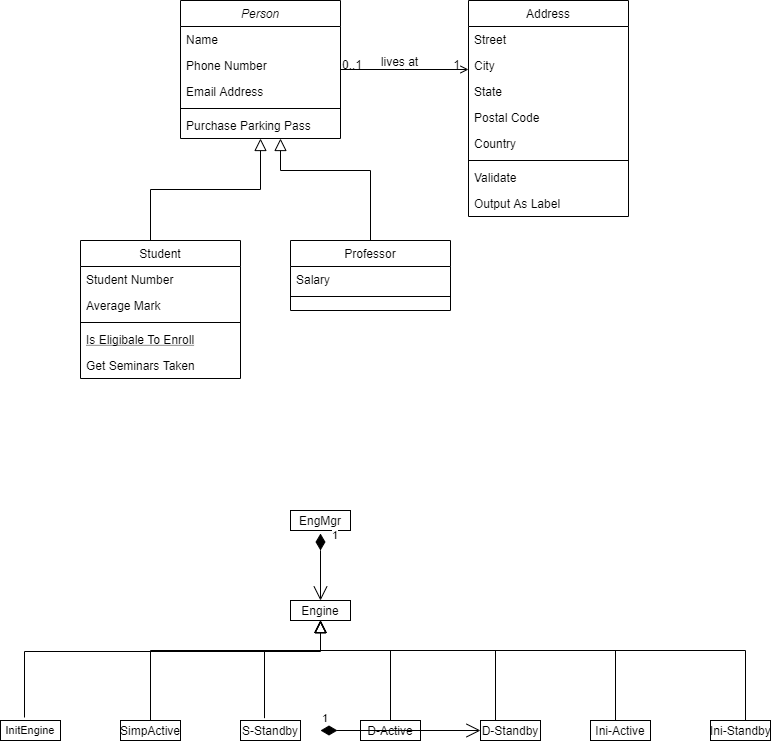
This is UML/Engine.png from Steve888888/FN-Redundancy, a draw.io export, as it was before one commit. Source tidied: cells renumbered, new cells last; positions are measured from the earlier drawing's top-left corner, leaving out a move shared by most shapes.
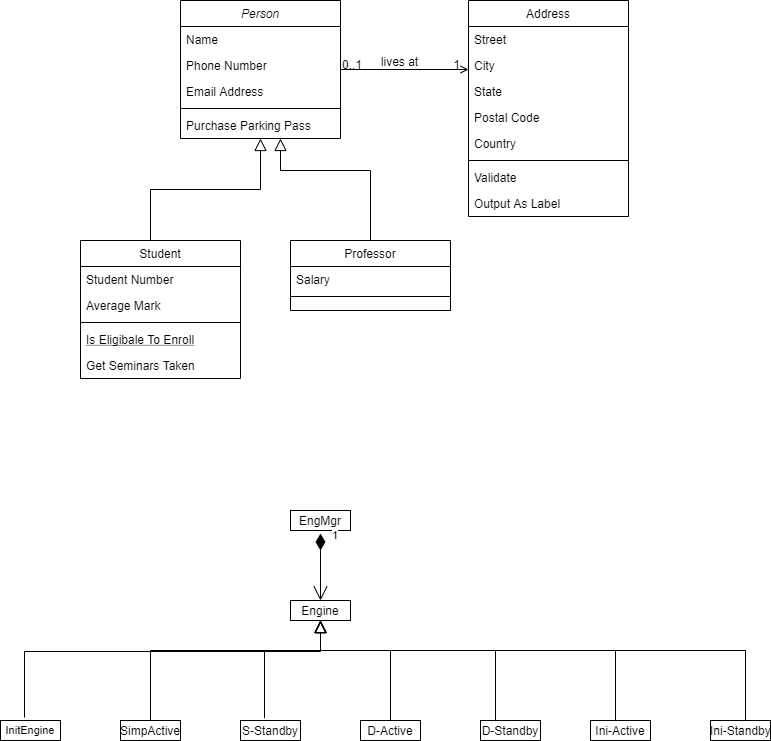
Above is the later version.

Diff of the diagram source:
```diff
@@ -197,12 +197,6 @@
     <mxCell id="47" value="&lt;p style=&quot;margin: 0px ; margin-top: 4px ; text-align: center&quot;&gt;EngMgr&lt;/p&gt;&lt;hr size=&quot;1&quot;&gt;&lt;div style=&quot;height: 2px&quot;&gt;&lt;/div&gt;" style="verticalAlign=top;align=left;overflow=fill;fontSize=12;fontFamily=Helvetica;html=1;" parent="1" vertex="1">
       <mxGeometry x="290" y="510" width="60" height="20" as="geometry" />
     </mxCell>
-    <mxCell id="48" value="1" style="endArrow=open;html=1;endSize=12;startArrow=diamondThin;startSize=14;startFill=1;edgeStyle=orthogonalEdgeStyle;align=left;verticalAlign=bottom;" parent="1" edge="1">
-      <mxGeometry x="-1" y="3" relative="1" as="geometry">
-        <mxPoint x="320" y="730" as="sourcePoint" />
-        <mxPoint x="480" y="730" as="targetPoint" />
-      </mxGeometry>
-    </mxCell>
     <mxCell id="49" value="1" style="endArrow=open;html=1;endSize=12;startArrow=diamondThin;startSize=14;startFill=1;edgeStyle=orthogonalEdgeStyle;align=left;verticalAlign=bottom;" parent="1" edge="1" target="32">
       <mxGeometry x="-0.6" y="10" relative="1" as="geometry">
         <mxPoint x="320" y="550" as="sourcePoint" />
```
